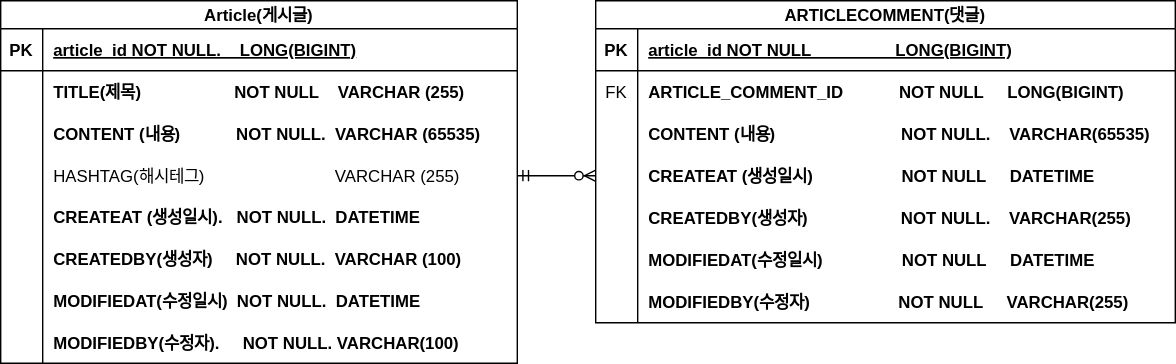
Above: documents/board-erd.svg in harrybark/tomatolog (draw.io), before the change. Source tidied: cells renumbered, new cells last; positions are measured from the earlier drawing's top-left corner, leaving out a move shared by most shapes.
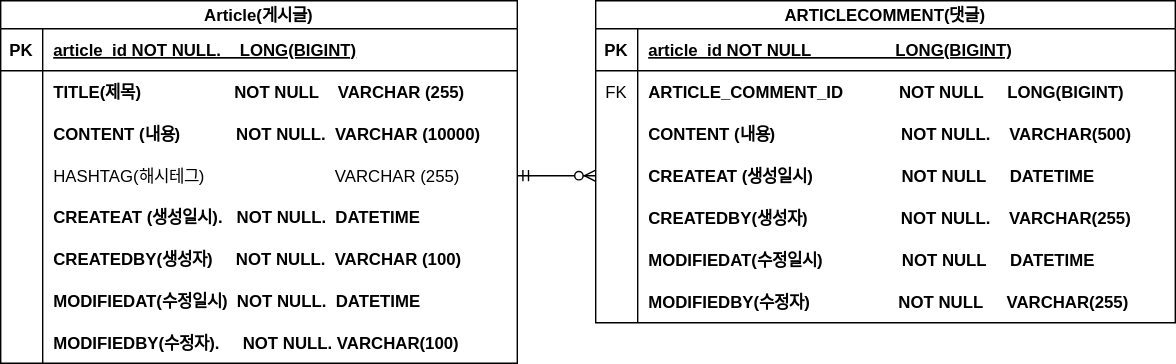
Above is the later version.

Commit message:
#10 - erd update : content size 변경

Change to the diagram source:
```diff
@@ -29,7 +29,7 @@
     <mxCell id="10" style="shape=partialRectangle;overflow=hidden;fillColor=none;top=0;left=0;bottom=0;right=0;" parent="9" vertex="1">
       <mxGeometry width="30" height="30" as="geometry" />
     </mxCell>
-    <mxCell id="11" value="CONTENT (내용)            NOT NULL.  VARCHAR (65535)" style="shape=partialRectangle;overflow=hidden;fillColor=none;top=0;left=0;bottom=0;right=0;align=left;spacingLeft=6;fontStyle=1;" parent="9" vertex="1">
+    <mxCell id="11" value="CONTENT (내용)            NOT NULL.  VARCHAR (10000)" style="shape=partialRectangle;overflow=hidden;fillColor=none;top=0;left=0;bottom=0;right=0;align=left;spacingLeft=6;fontStyle=1;" parent="9" vertex="1">
       <mxGeometry x="30" width="339" height="30" as="geometry" />
     </mxCell>
     <mxCell id="12" style="shape=partialRectangle;fillColor=none;points=[[0,0.5],[1,0.5]];portConstraint=eastwest;top=0;left=0;right=0;bottom=0;" parent="2" vertex="1">
@@ -104,7 +104,7 @@
     <mxCell id="35" style="shape=partialRectangle;overflow=hidden;fillColor=none;top=0;left=0;bottom=0;right=0;" parent="34" vertex="1">
       <mxGeometry width="30" height="30" as="geometry" />
     </mxCell>
-    <mxCell id="36" value="CONTENT (내용)                           NOT NULL.    VARCHAR(65535)" style="shape=partialRectangle;overflow=hidden;fillColor=none;top=0;left=0;bottom=0;right=0;align=left;spacingLeft=6;fontStyle=1;" parent="34" vertex="1">
+    <mxCell id="36" value="CONTENT (내용)                           NOT NULL.    VARCHAR(500)" style="shape=partialRectangle;overflow=hidden;fillColor=none;top=0;left=0;bottom=0;right=0;align=left;spacingLeft=6;fontStyle=1;" parent="34" vertex="1">
       <mxGeometry x="30" width="384" height="30" as="geometry" />
     </mxCell>
     <mxCell id="37" style="shape=partialRectangle;fillColor=none;top=0;left=0;right=0;bottom=0;" parent="27" vertex="1">
```
